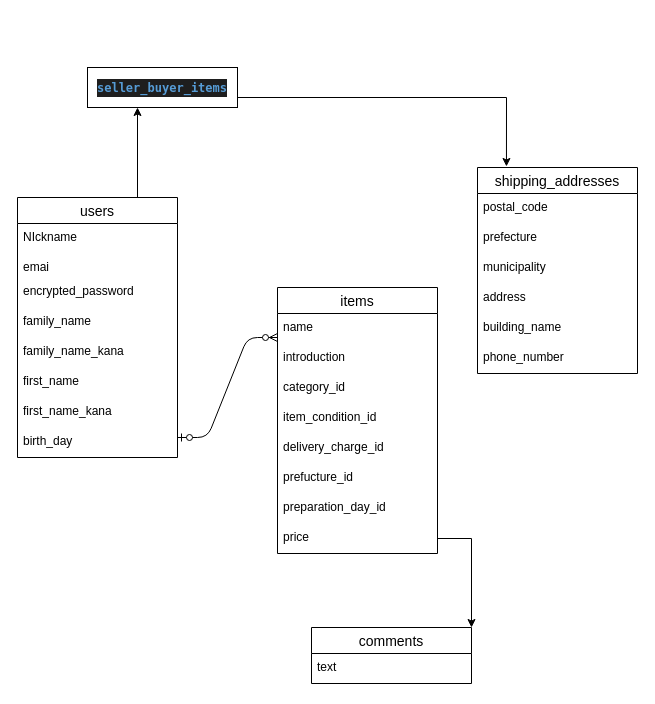
The draw.io diagram test.dio in Itsme-reina/furima-34355, before the edit. Source tidied: cells renumbered, new cells numbered last; positions are measured from the earlier drawing's top-left corner, leaving out a move shared by most shapes. Both pictures are drawn from the tidied source at 100%, with x=0, y=0 at pixel (17, 67).
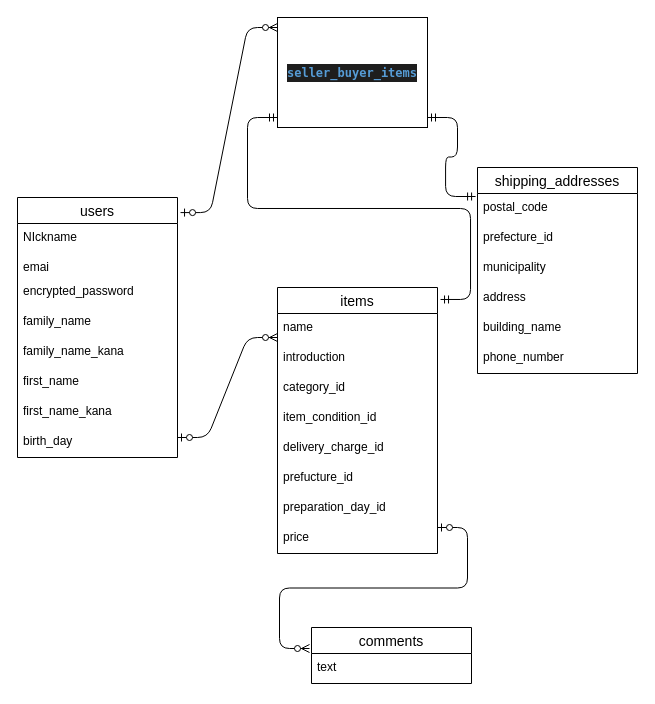
The same diagram, later.

The change refers to these unchanged cells:
```xml
<mxCell id="3" value="users" style="swimlane;fontStyle=0;horizontal=1;startSize=26;align=center;fontSize=14;" parent="1" vertex="1">
  <mxGeometry y="130" width="160" height="260" as="geometry" />
</mxCell>
<mxCell id="12" value="items" style="swimlane;fontStyle=0;horizontal=1;startSize=26;align=center;fontSize=14;" parent="1" vertex="1">
  <mxGeometry x="260" y="220" width="160" height="266" as="geometry" />
</mxCell>
<mxCell id="20" value="price" style="text;strokeColor=none;fillColor=none;spacingLeft=4;spacingRight=4;overflow=hidden;points=[[0,0.5],[1,0.5]];portConstraint=eastwest;fontSize=12;" parent="12" vertex="1">
  <mxGeometry y="236" width="160" height="30" as="geometry" />
</mxCell>
<mxCell id="21" value="comments" style="swimlane;fontStyle=0;horizontal=1;startSize=26;align=center;fontSize=14;" parent="1" vertex="1">
  <mxGeometry x="294" y="560" width="160" height="56" as="geometry" />
</mxCell>
<mxCell id="25" value="shipping_addresses" style="swimlane;fontStyle=0;horizontal=1;startSize=26;align=center;fontSize=14;" parent="1" vertex="1">
  <mxGeometry x="460" y="100" width="160" height="206" as="geometry" />
</mxCell>
<mxCell id="26" value="postal_code " style="text;strokeColor=none;fillColor=none;spacingLeft=4;spacingRight=4;overflow=hidden;points=[[0,0.5],[1,0.5]];portConstraint=eastwest;fontSize=12;" parent="25" vertex="1">
  <mxGeometry y="26" width="160" height="30" as="geometry" />
</mxCell>
```

Diff of the diagram source:
```diff
@@
-    <mxCell id="2" style="edgeStyle=orthogonalEdgeStyle;rounded=0;jettySize=auto;html=1;exitX=0.75;exitY=0;exitDx=0;exitDy=0;" parent="1" edge="1" source="3">
-      <mxGeometry relative="1" as="geometry">
-        <mxPoint x="120" y="40" as="targetPoint" />
-        <Array as="points">
-          <mxPoint x="120" y="40" />
-          <mxPoint x="120" y="40" />
-        </Array>
-      </mxGeometry>
-    </mxCell>
@@
-    <mxCell id="23" style="edgeStyle=orthogonalEdgeStyle;rounded=0;jettySize=auto;html=1;exitX=1;exitY=0.75;exitDx=0;exitDy=0;entryX=0.181;entryY=-0.005;entryDx=0;entryDy=0;entryPerimeter=0;" parent="1" edge="1" source="24" target="25">
-      <mxGeometry relative="1" as="geometry" />
-    </mxCell>
     <mxCell id="24" value="&lt;div style=&quot;color: rgb(212 , 212 , 212) ; background-color: rgb(30 , 30 , 30) ; font-family: &amp;#34;menlo&amp;#34; , &amp;#34;monaco&amp;#34; , &amp;#34;courier new&amp;#34; , monospace ; line-height: 18px&quot;&gt;&lt;span style=&quot;color: #569cd6 ; font-weight: bold&quot;&gt;seller_buyer_items&lt;/span&gt;&lt;/div&gt;" style="whiteSpace=wrap;html=1;align=center;" parent="1" vertex="1">
-      <mxGeometry x="70" width="150" height="40" as="geometry" />
+      <mxGeometry x="260" y="-50" width="150" height="110" as="geometry" />
     </mxCell>
@@
-    <mxCell id="27" value="prefecture " style="text;strokeColor=none;fillColor=none;spacingLeft=4;spacingRight=4;overflow=hidden;fontSize=12;" parent="25" vertex="1">
+    <mxCell id="27" value="prefecture_id" style="text;strokeColor=none;fillColor=none;spacingLeft=4;spacingRight=4;overflow=hidden;fontSize=12;" parent="25" vertex="1">
       <mxGeometry y="56" width="160" height="30" as="geometry" />
     </mxCell>
@@
-    <mxCell id="33" style="edgeStyle=orthogonalEdgeStyle;rounded=0;jettySize=auto;html=1;exitX=1;exitY=0.5;exitDx=0;exitDy=0;entryX=1;entryY=0;entryDx=0;entryDy=0;" parent="1" edge="1" source="20" target="21">
-      <mxGeometry relative="1" as="geometry" />
-    </mxCell>
+    <mxCell id="34" style="edgeStyle=entityRelationEdgeStyle;fontSize=12;html=1;endArrow=ERzeroToMany;startArrow=ERzeroToOne;" parent="1" edge="1">
+      <mxGeometry relative="1" as="geometry">
+        <mxPoint x="420" y="460" as="sourcePoint" />
+        <mxPoint x="292" y="581" as="targetPoint" />
+      </mxGeometry>
+    </mxCell>
+    <mxCell id="35" style="edgeStyle=entityRelationEdgeStyle;fontSize=12;html=1;endArrow=ERzeroToMany;startArrow=ERzeroToOne;exitX=1.019;exitY=0.058;exitDx=0;exitDy=0;exitPerimeter=0;" parent="1" edge="1" source="3">
+      <mxGeometry relative="1" as="geometry">
+        <mxPoint x="260" y="-40" as="targetPoint" />
+      </mxGeometry>
+    </mxCell>
+    <mxCell id="36" style="edgeStyle=entityRelationEdgeStyle;fontSize=12;html=1;endArrow=ERmandOne;startArrow=ERmandOne;entryX=-0.012;entryY=0.1;entryDx=0;entryDy=0;entryPerimeter=0;" parent="1" edge="1" target="26">
+      <mxGeometry relative="1" as="geometry">
+        <mxPoint x="410" y="50" as="sourcePoint" />
+      </mxGeometry>
+    </mxCell>
+    <mxCell id="37" style="edgeStyle=entityRelationEdgeStyle;fontSize=12;html=1;endArrow=ERmandOne;startArrow=ERmandOne;exitX=1.019;exitY=0.045;exitDx=0;exitDy=0;exitPerimeter=0;" parent="1" edge="1" source="12">
+      <mxGeometry relative="1" as="geometry">
+        <mxPoint x="260" y="50" as="targetPoint" />
+      </mxGeometry>
+    </mxCell>
```
